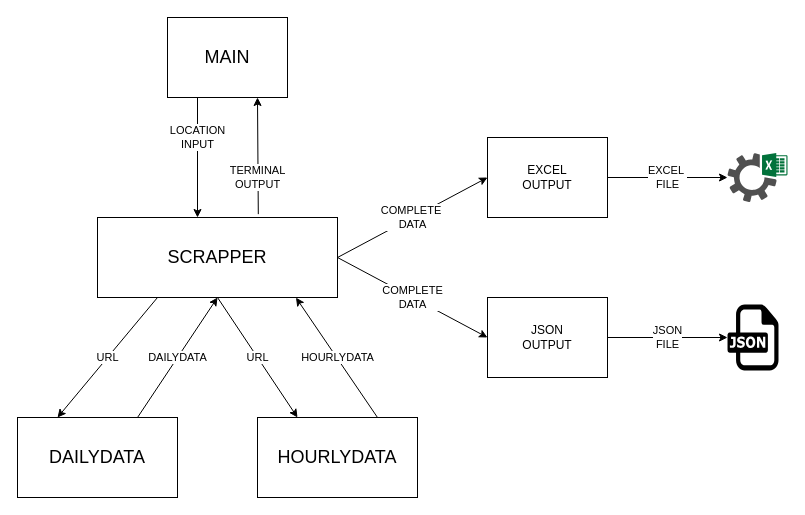
The draw.io diagram Flow/flow.drawio in Ansh-Kotwal/Weather-Prediction, before the edit. Source tidied: cells renumbered, new cells numbered last; positions are measured from the earlier drawing's top-left corner, leaving out a move shared by most shapes. Both pictures are drawn from the tidied source at 100%, with x=0, y=0 at pixel (17, 17).
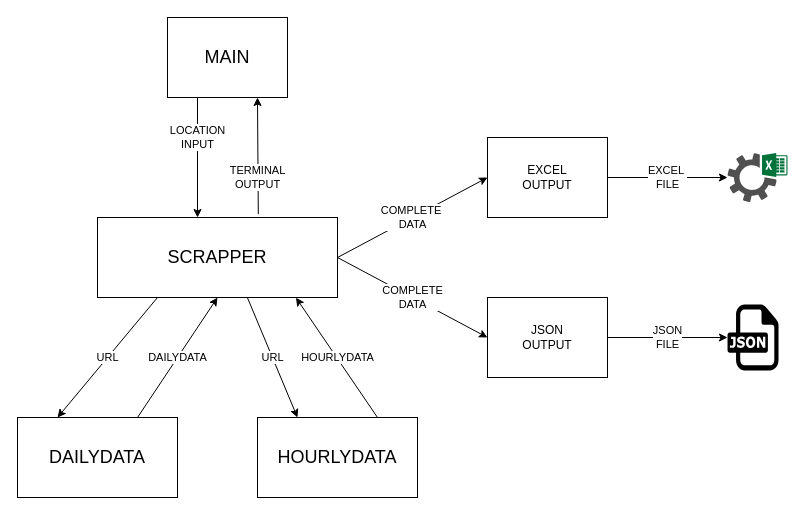
Above is the later version.

Unchanged cells that the change refers to:
```xml
<mxCell id="3" value="&lt;font style=&quot;font-size: 18px;&quot;&gt;SCRAPPER&lt;/font&gt;" style="rounded=0;whiteSpace=wrap;html=1;" parent="1" vertex="1">
  <mxGeometry x="80" y="200" width="240" height="80" as="geometry" />
</mxCell>
<mxCell id="8" value="HOURLYDATA" style="rounded=0;whiteSpace=wrap;html=1;fontSize=18;" parent="1" vertex="1">
  <mxGeometry x="240" y="400" width="160" height="80" as="geometry" />
</mxCell>
```

Diff of the diagram source:
```diff
@@
-    <mxCell id="7" value="URL" style="endArrow=classic;html=1;entryX=0.25;entryY=0;entryDx=0;entryDy=0;exitX=0.5;exitY=1;exitDx=0;exitDy=0;" parent="1" edge="1" source="3" target="8">
+    <mxCell id="7" value="URL" style="endArrow=classic;html=1;entryX=0.25;entryY=0;entryDx=0;entryDy=0;exitX=0.624;exitY=0.997;exitDx=0;exitDy=0;exitPerimeter=0;" parent="1" edge="1" source="3" target="8">
       <mxGeometry relative="1" as="geometry" />
     </mxCell>
```
